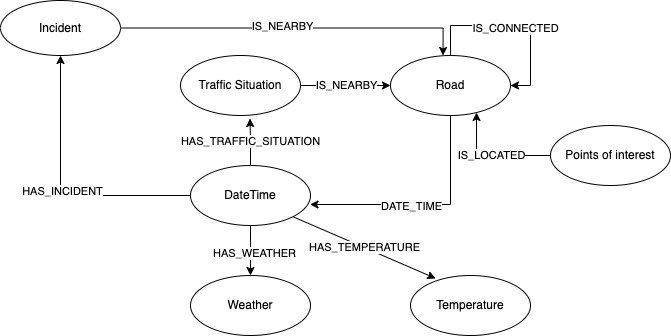
This is documents/ontology_graphic/ontology.png from yikaiyang/SS22-Knowledge-Graph, a draw.io export, as it was before one commit. Source tidied: cells renumbered, new cells last; positions are measured from the earlier drawing's top-left corner, leaving out a move shared by most shapes.
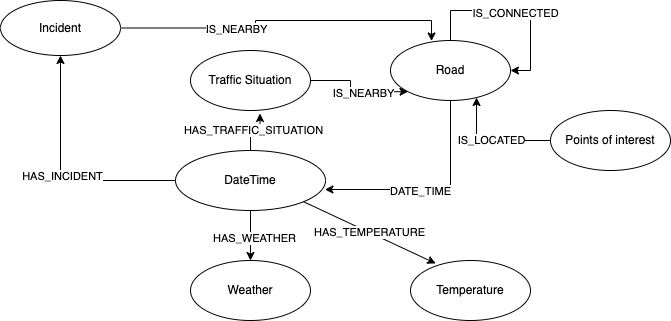
The same file after the commit.

Diff of the diagram source:
```diff
@@ -39,30 +39,28 @@
       <mxGeometry relative="1" as="geometry" />
     </mxCell>
     <mxCell id="12" value="DateTime" style="ellipse;whiteSpace=wrap;html=1;" parent="1" vertex="1">
-      <mxGeometry x="190" y="165" width="120" height="60" as="geometry" />
+      <mxGeometry x="175" y="165" width="150" height="60" as="geometry" />
     </mxCell>
-    <mxCell id="13" style="edgeStyle=orthogonalEdgeStyle;rounded=0;jettySize=auto;html=1;" parent="1" edge="1" source="15" target="4">
+    <mxCell id="13" style="edgeStyle=orthogonalEdgeStyle;rounded=0;jettySize=auto;html=1;entryX=0;entryY=1;entryDx=0;entryDy=0;" parent="1" edge="1" source="15" target="4">
       <mxGeometry relative="1" as="geometry" />
     </mxCell>
-    <mxCell id="14" value="IS_NEARBY" style="edgeLabel;html=1;align=center;verticalAlign=middle;" parent="13" vertex="1">
-      <mxGeometry x="-0.01" y="1" relative="1" as="geometry" />
-    </mxCell>
+    <mxCell id="24" value="IS_NEARBY" style="edgeLabel;html=1;align=center;verticalAlign=middle;" parent="13" vertex="1">
+      <mxGeometry x="0.18" y="-1" relative="1" as="geometry" />
+    </mxCell>
     <mxCell id="15" value="Traffic Situation" style="ellipse;whiteSpace=wrap;html=1;" parent="1" vertex="1">
-      <mxGeometry x="180" y="55" width="120" height="60" as="geometry" />
+      <mxGeometry x="190" y="65" width="120" height="60" as="geometry" />
     </mxCell>
     <mxCell id="16" value="Weather" style="ellipse;whiteSpace=wrap;html=1;" parent="1" vertex="1">
       <mxGeometry x="190" y="275" width="120" height="60" as="geometry" />
     </mxCell>
-    <mxCell id="17" style="edgeStyle=orthogonalEdgeStyle;rounded=0;jettySize=auto;html=1;entryX=0.438;entryY=0;entryDx=0;entryDy=0;entryPerimeter=0;" parent="1" edge="1" source="19" target="4">
+    <mxCell id="17" style="edgeStyle=orthogonalEdgeStyle;rounded=0;jettySize=auto;html=1;entryX=0.342;entryY=0.008;entryDx=0;entryDy=0;entryPerimeter=0;" parent="1" edge="1" source="19" target="4">
       <mxGeometry relative="1" as="geometry" />
     </mxCell>
-    <mxCell id="18" value="IS_NEARBY" style="edgeLabel;html=1;align=center;verticalAlign=middle;" parent="17" vertex="1">
-      <mxGeometry x="-0.08" y="3" relative="1" as="geometry">
-        <mxPoint y="1" as="offset" />
-      </mxGeometry>
-    </mxCell>
+    <mxCell id="25" value="IS_NEARBY" style="edgeLabel;html=1;align=center;verticalAlign=middle;" parent="17" vertex="1">
+      <mxGeometry x="-0.32" y="-1" relative="1" as="geometry" />
+    </mxCell>
     <mxCell id="19" value="Incident&lt;br&gt;" style="ellipse;whiteSpace=wrap;html=1;" parent="1" vertex="1">
-      <mxGeometry width="120" height="55" as="geometry" />
+      <mxGeometry y="15" width="120" height="55" as="geometry" />
     </mxCell>
     <mxCell id="20" value="Temperature" style="ellipse;whiteSpace=wrap;html=1;" parent="1" vertex="1">
       <mxGeometry x="410" y="275" width="120" height="60" as="geometry" />
```
